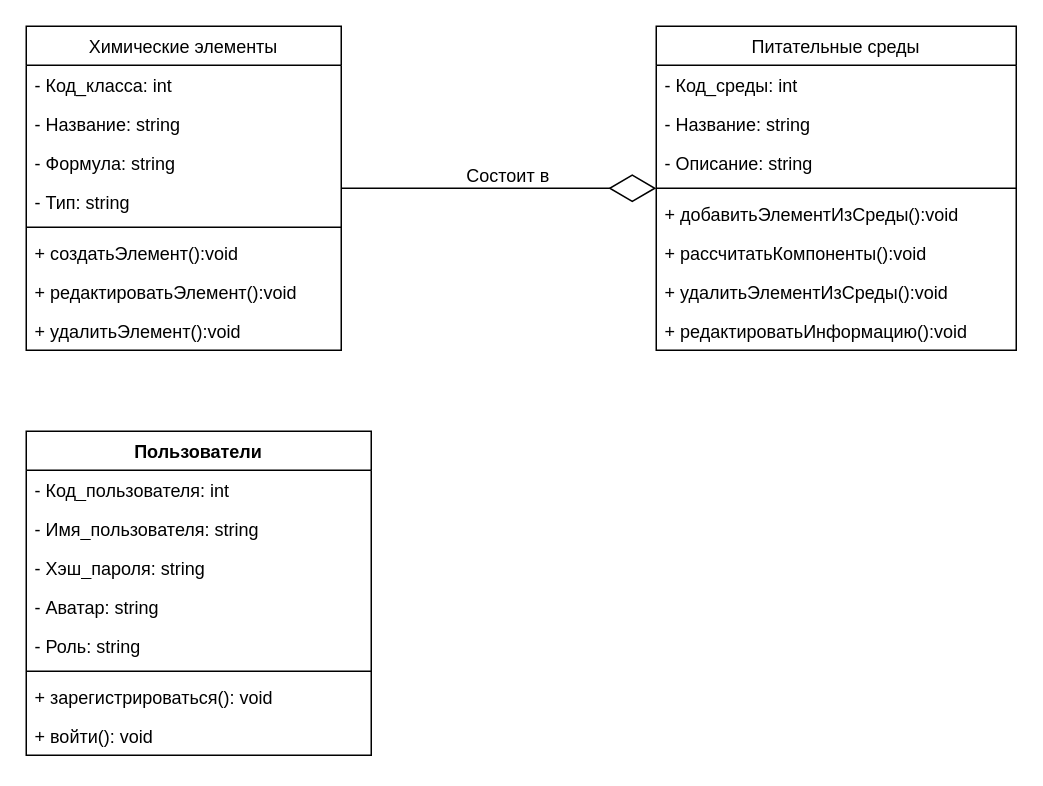
The draw.io diagram class_diagram.drawio in eva01pilot/plant-tissue-diagrams, before the edit. Source tidied: cells renumbered, new cells numbered last; positions are measured from the earlier drawing's top-left corner, leaving out a move shared by most shapes. Both pictures are drawn from the tidied source at 150%, with x=0, y=0 at pixel (26, 26).
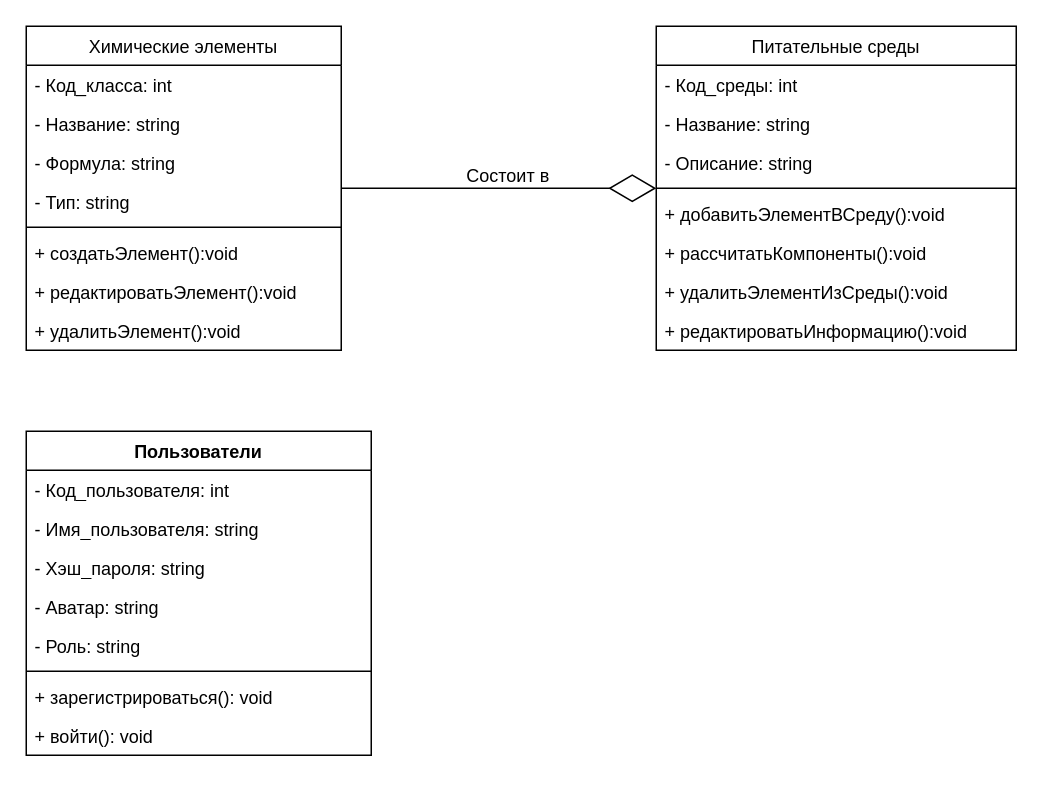
After the change.

Unchanged cells that the change refers to:
```xml
<mxCell id="11" value="Питательные среды" style="swimlane;fontStyle=0;align=center;verticalAlign=top;horizontal=1;startSize=26;rounded=0;shadow=0;strokeWidth=1;" parent="1" vertex="1">
  <mxGeometry x="420" width="240" height="216" as="geometry" />
</mxCell>
```

Diff of the diagram source:
```diff
@@
-    <mxCell id="16" value="+ добавитьЭлементИзСреды():void" style="text;align=left;verticalAlign=top;spacingLeft=4;spacingRight=4;overflow=hidden;" parent="11" vertex="1">
+    <mxCell id="16" value="+ добавитьЭлементВСреду():void" style="text;align=left;verticalAlign=top;spacingLeft=4;spacingRight=4;overflow=hidden;" parent="11" vertex="1">
       <mxGeometry y="112" width="240" height="26" as="geometry" />
     </mxCell>
```
